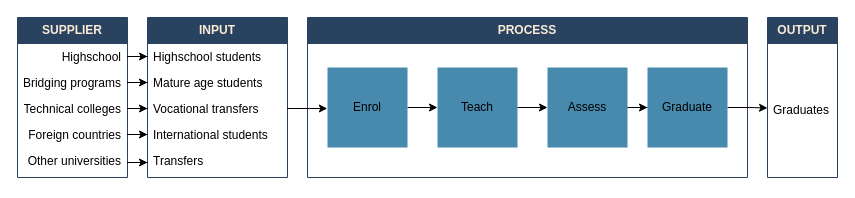
Above: page "sipo" (2 of 5) of assets/docs/posts/2025/sipoc.drawio in Woolfrey/woolfrey.github.io (draw.io), before the change. Source tidied: cells renumbered, new cells numbered last; positions are measured from the earlier drawing's top-left corner, leaving out a move shared by most shapes. Both pictures are drawn from the tidied source at 100%, with x=0, y=0 at pixel (17, 17).
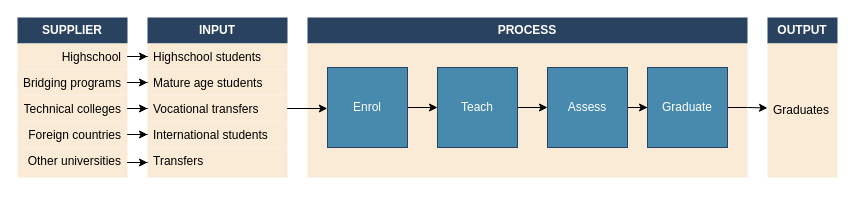
The same diagram, later.

What changed in the source:
```diff
@@
-    <mxCell id="2" value="&lt;b&gt;&lt;font color=&quot;#faebd7&quot;&gt;PROCESS&lt;/font&gt;&lt;/b&gt;" style="swimlane;fontStyle=0;horizontal=1;startSize=26;fillColor=#29425F;whiteSpace=wrap;html=1;strokeColor=#29425F;" parent="1" vertex="1">
+    <mxCell id="2" value="&lt;b&gt;&lt;font color=&quot;#ffffff&quot;&gt;PROCESS&lt;/font&gt;&lt;/b&gt;" style="swimlane;fontStyle=0;horizontal=1;startSize=26;fillColor=#29425F;whiteSpace=wrap;html=1;strokeColor=none;" parent="1" vertex="1">
       <mxGeometry x="290" width="440" height="160" as="geometry" />
     </mxCell>
-    <mxCell id="3" value="&amp;nbsp;" style="text;strokeColor=none;fillColor=none;align=left;verticalAlign=top;spacingLeft=4;spacingRight=4;overflow=hidden;points=[[0,0.5],[1,0.5]];portConstraint=eastwest;whiteSpace=wrap;html=1;" parent="2" vertex="1">
+    <mxCell id="3" value="&amp;nbsp;" style="text;strokeColor=none;fillColor=#FAEBD7;align=left;verticalAlign=top;spacingLeft=4;spacingRight=4;overflow=hidden;points=[[0,0.5],[1,0.5]];portConstraint=eastwest;whiteSpace=wrap;html=1;" parent="2" vertex="1">
       <mxGeometry y="26" width="440" height="134" as="geometry" />
     </mxCell>
@@
-    <mxCell id="5" value="Enrol" style="whiteSpace=wrap;html=1;fillColor=#478AAD;strokeColor=none;" parent="1" vertex="1">
+    <mxCell id="5" value="Enrol" style="whiteSpace=wrap;html=1;fillColor=#478AAD;strokeColor=#29425F;gradientColor=none;fontColor=#FFFFFF;" parent="1" vertex="1">
       <mxGeometry x="310" y="50" width="80" height="80" as="geometry" />
     </mxCell>
@@
-    <mxCell id="7" value="Teach" style="whiteSpace=wrap;html=1;fillColor=#478AAD;strokeColor=none;" parent="1" vertex="1">
+    <mxCell id="7" value="Teach" style="whiteSpace=wrap;html=1;fillColor=#478AAD;strokeColor=#29425F;gradientColor=none;fontColor=#FFFFFF;" parent="1" vertex="1">
       <mxGeometry x="420" y="50" width="80" height="80" as="geometry" />
     </mxCell>
@@
-    <mxCell id="9" value="Assess" style="whiteSpace=wrap;html=1;fillColor=#478AAD;strokeColor=none;" parent="1" vertex="1">
+    <mxCell id="9" value="Assess" style="whiteSpace=wrap;html=1;fillColor=#478AAD;strokeColor=#29425F;gradientColor=none;fontColor=#FFFFFF;" parent="1" vertex="1">
       <mxGeometry x="530" y="50" width="80" height="80" as="geometry" />
     </mxCell>
@@
-    <mxCell id="11" value="Graduate" style="whiteSpace=wrap;html=1;fillColor=#478AAD;strokeColor=none;" parent="1" vertex="1">
+    <mxCell id="11" value="Graduate" style="whiteSpace=wrap;html=1;fillColor=#478AAD;strokeColor=#29425F;gradientColor=none;fontColor=#FFFFFF;" parent="1" vertex="1">
       <mxGeometry x="630" y="50" width="80" height="80" as="geometry" />
     </mxCell>
-    <mxCell id="12" value="&lt;b&gt;&lt;font color=&quot;#faebd7&quot;&gt;INPUT&lt;/font&gt;&lt;/b&gt;" style="swimlane;fontStyle=0;horizontal=1;startSize=26;fillColor=#29425F;whiteSpace=wrap;html=1;strokeColor=#29425F;" parent="1" vertex="1">
+    <mxCell id="12" value="&lt;b&gt;&lt;font color=&quot;#ffffff&quot;&gt;INPUT&lt;/font&gt;&lt;/b&gt;" style="swimlane;fontStyle=0;horizontal=1;startSize=26;fillColor=#29425F;whiteSpace=wrap;html=1;strokeColor=none;" parent="1" vertex="1">
       <mxGeometry x="130" width="140" height="160" as="geometry" />
     </mxCell>
-    <mxCell id="13" value="Highschool students" style="text;strokeColor=none;fillColor=none;align=left;verticalAlign=top;spacingLeft=4;spacingRight=4;overflow=hidden;points=[[0,0.5],[1,0.5]];portConstraint=eastwest;whiteSpace=wrap;html=1;" parent="12" vertex="1">
+    <mxCell id="13" value="Highschool students" style="text;strokeColor=none;fillColor=#FAEBD7;align=left;verticalAlign=top;spacingLeft=4;spacingRight=4;overflow=hidden;points=[[0,0.5],[1,0.5]];portConstraint=eastwest;whiteSpace=wrap;html=1;" parent="12" vertex="1">
       <mxGeometry y="26" width="140" height="26" as="geometry" />
     </mxCell>
-    <mxCell id="14" value="Mature age students" style="text;strokeColor=none;fillColor=none;align=left;verticalAlign=top;spacingLeft=4;spacingRight=4;overflow=hidden;points=[[0,0.5],[1,0.5]];portConstraint=eastwest;whiteSpace=wrap;html=1;" parent="12" vertex="1">
+    <mxCell id="14" value="Mature age students" style="text;strokeColor=none;fillColor=#FAEBD7;align=left;verticalAlign=top;spacingLeft=4;spacingRight=4;overflow=hidden;points=[[0,0.5],[1,0.5]];portConstraint=eastwest;whiteSpace=wrap;html=1;" parent="12" vertex="1">
       <mxGeometry y="52" width="140" height="26" as="geometry" />
     </mxCell>
-    <mxCell id="15" value="Vocational transfers" style="text;strokeColor=none;fillColor=none;align=left;verticalAlign=top;spacingLeft=4;spacingRight=4;overflow=hidden;points=[[0,0.5],[1,0.5]];portConstraint=eastwest;whiteSpace=wrap;html=1;" parent="12" vertex="1">
+    <mxCell id="15" value="Vocational transfers" style="text;strokeColor=none;fillColor=#FAEBD7;align=left;verticalAlign=top;spacingLeft=4;spacingRight=4;overflow=hidden;points=[[0,0.5],[1,0.5]];portConstraint=eastwest;whiteSpace=wrap;html=1;" parent="12" vertex="1">
       <mxGeometry y="78" width="140" height="26" as="geometry" />
     </mxCell>
-    <mxCell id="16" value="International students" style="text;strokeColor=none;fillColor=none;align=left;verticalAlign=top;spacingLeft=4;spacingRight=4;overflow=hidden;points=[[0,0.5],[1,0.5]];portConstraint=eastwest;whiteSpace=wrap;html=1;" parent="12" vertex="1">
+    <mxCell id="16" value="International students" style="text;strokeColor=none;fillColor=#FAEBD7;align=left;verticalAlign=top;spacingLeft=4;spacingRight=4;overflow=hidden;points=[[0,0.5],[1,0.5]];portConstraint=eastwest;whiteSpace=wrap;html=1;" parent="12" vertex="1">
       <mxGeometry y="104" width="140" height="26" as="geometry" />
     </mxCell>
-    <mxCell id="17" value="Transfers" style="text;strokeColor=none;fillColor=none;align=left;verticalAlign=top;spacingLeft=4;spacingRight=4;overflow=hidden;points=[[0,0.5],[1,0.5]];portConstraint=eastwest;whiteSpace=wrap;html=1;" parent="12" vertex="1">
+    <mxCell id="17" value="Transfers" style="text;strokeColor=none;fillColor=#FAEBD7;align=left;verticalAlign=top;spacingLeft=4;spacingRight=4;overflow=hidden;points=[[0,0.5],[1,0.5]];portConstraint=eastwest;whiteSpace=wrap;html=1;" parent="12" vertex="1">
       <mxGeometry y="130" width="140" height="30" as="geometry" />
     </mxCell>
-    <mxCell id="18" value="&lt;b&gt;&lt;font color=&quot;#faebd7&quot;&gt;OUTPUT&lt;/font&gt;&lt;/b&gt;" style="swimlane;fontStyle=0;horizontal=1;startSize=26;fillColor=#29425F;whiteSpace=wrap;html=1;strokeColor=#29425F;" parent="1" vertex="1">
+    <mxCell id="18" value="&lt;b&gt;&lt;font color=&quot;#ffffff&quot;&gt;OUTPUT&lt;/font&gt;&lt;/b&gt;" style="swimlane;fontStyle=0;horizontal=1;startSize=26;fillColor=#29425F;whiteSpace=wrap;html=1;strokeColor=none;" parent="1" vertex="1">
       <mxGeometry x="750" width="70" height="160" as="geometry" />
     </mxCell>
-    <mxCell id="19" value="Graduates" style="text;strokeColor=none;fillColor=none;align=left;verticalAlign=middle;spacingLeft=4;spacingRight=4;overflow=hidden;points=[[0,0.5],[1,0.5]];portConstraint=eastwest;whiteSpace=wrap;html=1;" parent="18" vertex="1">
+    <mxCell id="19" value="Graduates" style="text;strokeColor=none;fillColor=#FAEBD7;align=left;verticalAlign=middle;spacingLeft=4;spacingRight=4;overflow=hidden;points=[[0,0.5],[1,0.5]];portConstraint=eastwest;whiteSpace=wrap;html=1;" parent="18" vertex="1">
       <mxGeometry y="26" width="70" height="134" as="geometry" />
     </mxCell>
@@
-    <mxCell id="21" value="&lt;b&gt;&lt;font color=&quot;#faebd7&quot;&gt;SUPPLIER&lt;/font&gt;&lt;/b&gt;" style="swimlane;fontStyle=0;horizontal=1;startSize=26;fillColor=#29425F;whiteSpace=wrap;html=1;strokeColor=#29425F;" parent="1" vertex="1">
+    <mxCell id="21" value="&lt;b&gt;&lt;font color=&quot;#ffffff&quot;&gt;SUPPLIER&lt;/font&gt;&lt;/b&gt;" style="swimlane;fontStyle=0;horizontal=1;startSize=26;fillColor=#29425F;whiteSpace=wrap;html=1;strokeColor=none;" parent="1" vertex="1">
       <mxGeometry width="110" height="160" as="geometry" />
     </mxCell>
-    <mxCell id="22" value="Highschool" style="text;strokeColor=none;fillColor=none;align=right;verticalAlign=top;spacingLeft=4;spacingRight=4;overflow=hidden;points=[[0,0.5],[1,0.5]];portConstraint=eastwest;whiteSpace=wrap;html=1;" parent="21" vertex="1">
+    <mxCell id="22" value="Highschool" style="text;strokeColor=none;fillColor=#FAEBD7;align=right;verticalAlign=top;spacingLeft=4;spacingRight=4;overflow=hidden;points=[[0,0.5],[1,0.5]];portConstraint=eastwest;whiteSpace=wrap;html=1;" parent="21" vertex="1">
       <mxGeometry y="26" width="110" height="26" as="geometry" />
     </mxCell>
-    <mxCell id="23" value="Bridging programs" style="text;strokeColor=none;fillColor=none;align=right;verticalAlign=top;spacingLeft=4;spacingRight=4;overflow=hidden;points=[[0,0.5],[1,0.5]];portConstraint=eastwest;whiteSpace=wrap;html=1;" parent="21" vertex="1">
+    <mxCell id="23" value="Bridging programs" style="text;strokeColor=none;fillColor=#FAEBD7;align=right;verticalAlign=top;spacingLeft=4;spacingRight=4;overflow=hidden;points=[[0,0.5],[1,0.5]];portConstraint=eastwest;whiteSpace=wrap;html=1;" parent="21" vertex="1">
       <mxGeometry y="52" width="110" height="26" as="geometry" />
     </mxCell>
-    <mxCell id="24" value="Technical colleges" style="text;strokeColor=none;fillColor=none;align=right;verticalAlign=top;spacingLeft=4;spacingRight=4;overflow=hidden;points=[[0,0.5],[1,0.5]];portConstraint=eastwest;whiteSpace=wrap;html=1;" parent="21" vertex="1">
+    <mxCell id="24" value="Technical colleges" style="text;strokeColor=none;fillColor=#FAEBD7;align=right;verticalAlign=top;spacingLeft=4;spacingRight=4;overflow=hidden;points=[[0,0.5],[1,0.5]];portConstraint=eastwest;whiteSpace=wrap;html=1;" parent="21" vertex="1">
       <mxGeometry y="78" width="110" height="26" as="geometry" />
     </mxCell>
-    <mxCell id="25" value="Foreign countries" style="text;strokeColor=none;fillColor=none;align=right;verticalAlign=top;spacingLeft=4;spacingRight=4;overflow=hidden;points=[[0,0.5],[1,0.5]];portConstraint=eastwest;whiteSpace=wrap;html=1;" parent="21" vertex="1">
+    <mxCell id="25" value="Foreign countries" style="text;strokeColor=none;fillColor=#FAEBD7;align=right;verticalAlign=top;spacingLeft=4;spacingRight=4;overflow=hidden;points=[[0,0.5],[1,0.5]];portConstraint=eastwest;whiteSpace=wrap;html=1;" parent="21" vertex="1">
       <mxGeometry y="104" width="110" height="26" as="geometry" />
     </mxCell>
-    <mxCell id="26" value="Other universities" style="text;strokeColor=none;fillColor=none;align=right;verticalAlign=top;spacingLeft=4;spacingRight=4;overflow=hidden;points=[[0,0.5],[1,0.5]];portConstraint=eastwest;whiteSpace=wrap;html=1;" parent="21" vertex="1">
+    <mxCell id="26" value="Other universities" style="text;strokeColor=none;fillColor=#FAEBD7;align=right;verticalAlign=top;spacingLeft=4;spacingRight=4;overflow=hidden;points=[[0,0.5],[1,0.5]];portConstraint=eastwest;whiteSpace=wrap;html=1;" parent="21" vertex="1">
       <mxGeometry y="130" width="110" height="30" as="geometry" />
     </mxCell>
```
